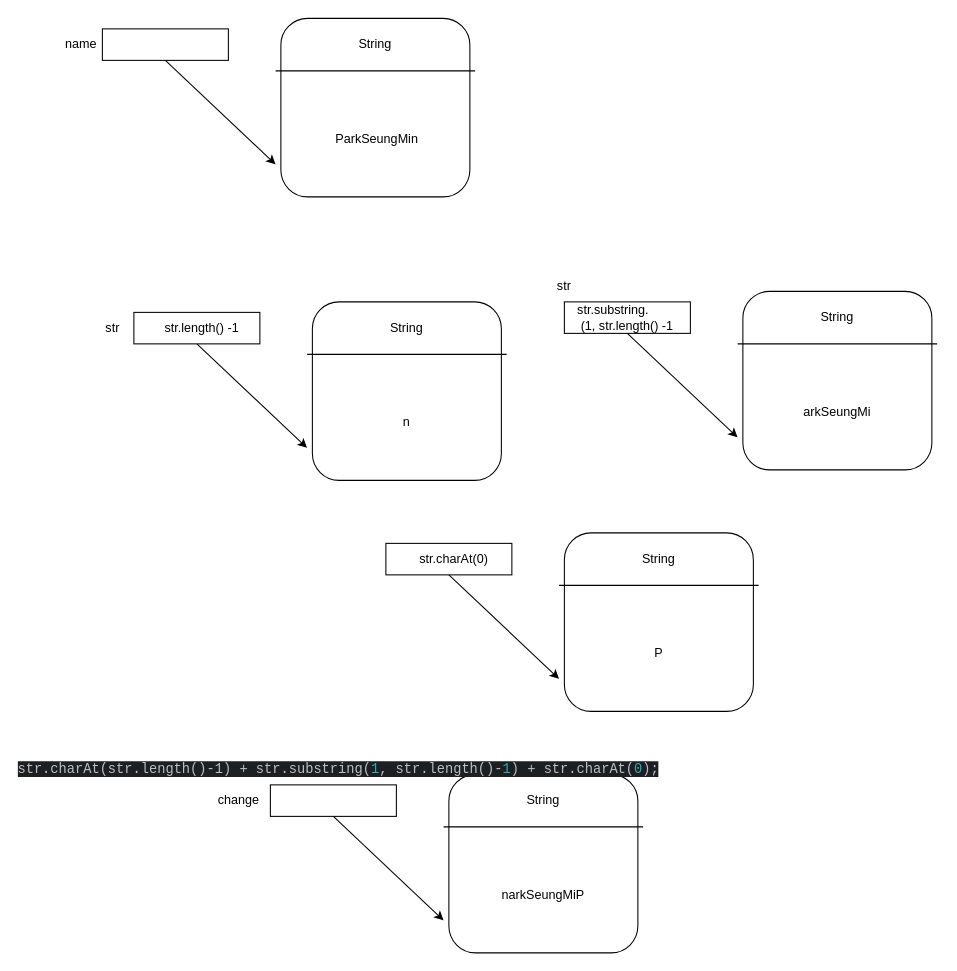
Before: src/제목 없는 다이어그램.drawio in psm4171/fed, a draw.io diagram. Source tidied: cells renumbered, new cells numbered last; positions are measured from the earlier drawing's top-left corner, leaving out a move shared by most shapes. Both pictures are drawn from the tidied source at 105%, with x=0, y=0 at pixel (49, 18).
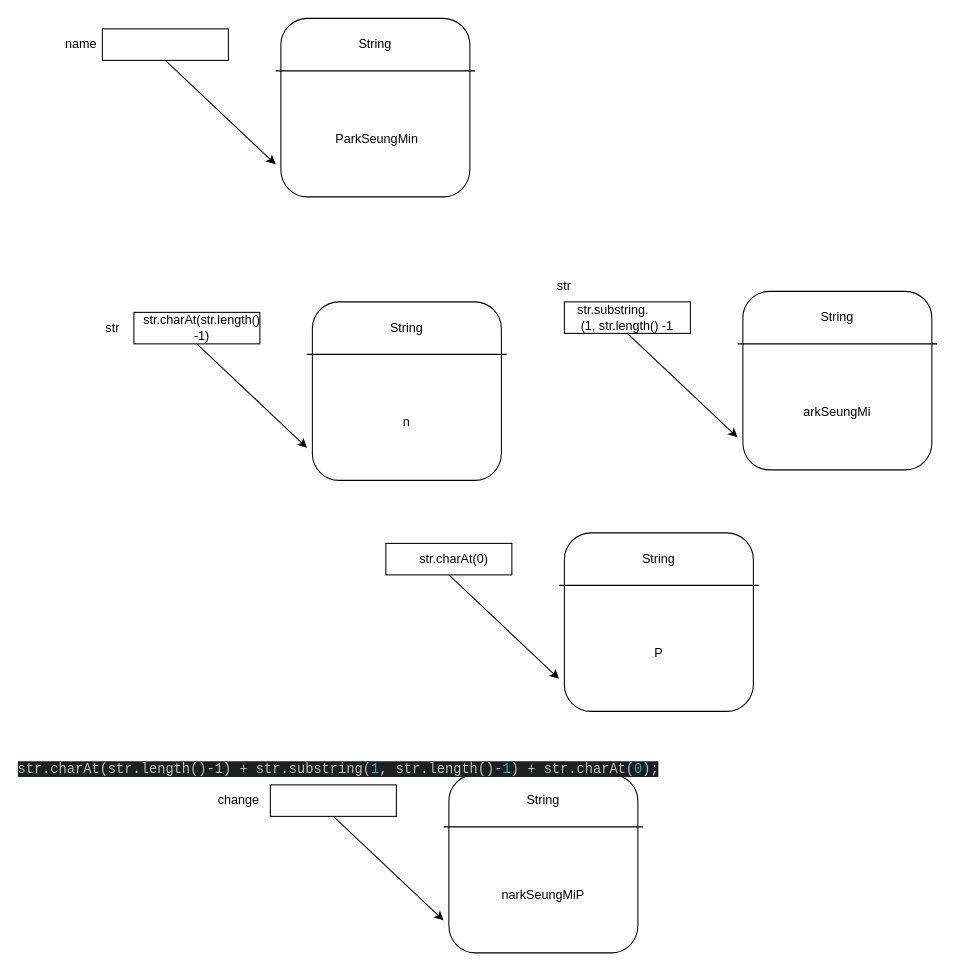
Above is the later version.

Commit message:
2_2 ex 다이어그램.drawio reman

The edit, as a diff of the source:
```diff
@@
-    <mxCell id="23" value="str.length() -1" style="text;html=1;strokeColor=none;fillColor=none;align=center;verticalAlign=middle;whiteSpace=wrap;rounded=0;" parent="1" vertex="1">
+    <mxCell id="23" value="str.charAt(str.length() -1)" style="text;html=1;strokeColor=none;fillColor=none;align=center;verticalAlign=middle;whiteSpace=wrap;rounded=0;" parent="1" vertex="1">
       <mxGeometry x="90" y="280" width="110" height="30" as="geometry" />
     </mxCell>
```
